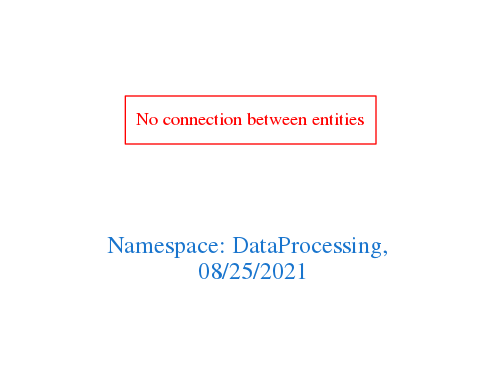
The Graphviz diagram downloads/DataProcessing.png in arago/OGIT, before a commit. Its source is kept beside it as downloads/DataProcessing.dot.
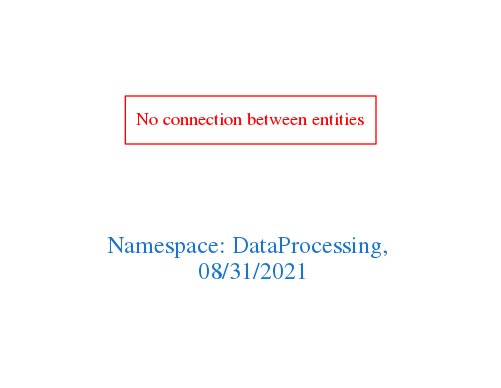
After the change.

Diff of the diagram source:
```diff
@@ -1,7 +1,7 @@
 digraph OGIT_ontology {
  graph [ rankdir= LR,pad=1
 fontsize = 18,
-fontcolor= dodgerblue3,label = "\n\n\nNamespace: DataProcessing, \n 08/25/2021"];
+fontcolor= dodgerblue3,label = "\n\n\nNamespace: DataProcessing, \n 08/31/2021"];
 node[shape=polygon];
 edge [  color="gray81"];
 
```
